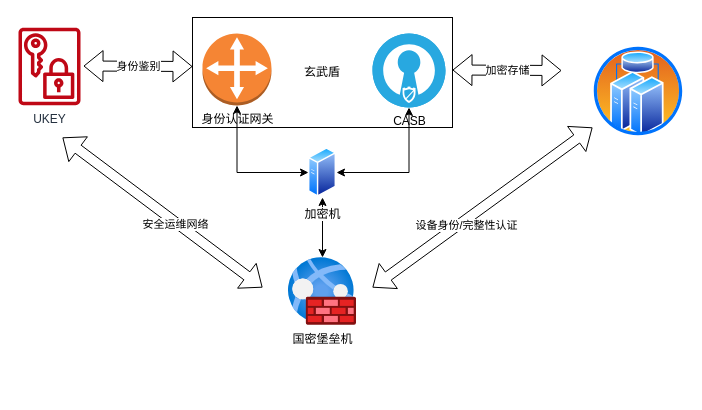
The draw.io diagram Untitled Diagram.drawio in louyu65/HelibRelease.lib, before the edit. Source tidied: cells renumbered, new cells numbered last; positions are measured from the earlier drawing's top-left corner, leaving out a move shared by most shapes. Both pictures are drawn from the tidied source at 100%, with x=0, y=0 at pixel (18, 17).
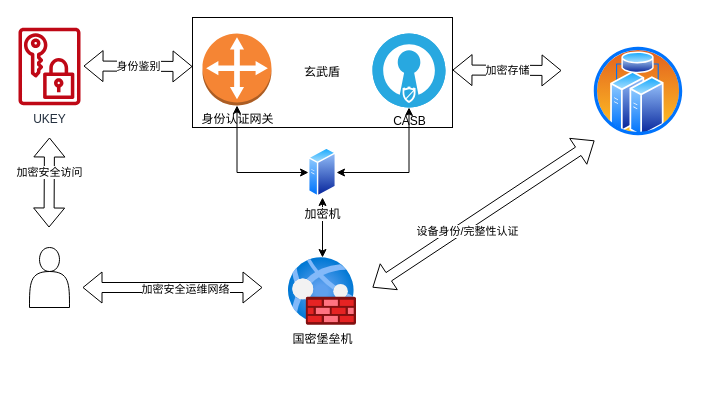
The same page after the edit.

Unchanged cells that the change refers to:
```xml
<mxCell id="4" style="perimeter=ellipsePerimeter;html=1;align=center;shadow=0;dashed=0;spacingTop=3;image;image=img/lib/active_directory/cluster_server.svg;" parent="1" vertex="1">
  <mxGeometry x="574" y="28" width="92" height="92" as="geometry" />
</mxCell>
```

What changed in the source:
```diff
@@
-    <mxCell id="12" style="shape=flexArrow;endArrow=classic;startArrow=classic;html=1;rounded=0;" parent="1" edge="1">
+    <mxCell id="12" style="shape=flexArrow;endArrow=classic;startArrow=classic;html=1;rounded=0;entryX=0.022;entryY=1.033;entryDx=0;entryDy=0;entryPerimeter=0;" parent="1" edge="1" target="4">
       <mxGeometry relative="1" as="geometry">
         <mxPoint x="354" y="270" as="sourcePoint" />
-        <mxPoint x="574" y="110" as="targetPoint" />
       </mxGeometry>
     </mxCell>
@@
     <mxCell id="14" style="shape=flexArrow;endArrow=classic;startArrow=classic;html=1;rounded=0;" parent="1" edge="1">
       <mxGeometry relative="1" as="geometry">
-        <mxPoint x="44" y="120" as="sourcePoint" />
+        <mxPoint x="64" y="270" as="sourcePoint" />
         <mxPoint x="244" y="270" as="targetPoint" />
       </mxGeometry>
     </mxCell>
-    <mxCell id="15" value="安全运维网络" style="edgeLabel;html=1;align=center;verticalAlign=middle;" parent="14" vertex="1">
+    <mxCell id="15" value="加密安全运维网络" style="edgeLabel;html=1;align=center;verticalAlign=middle;" parent="14" vertex="1">
       <mxGeometry x="0.14" y="-1" relative="1" as="geometry">
         <mxPoint x="-1" as="offset" />
       </mxGeometry>
     </mxCell>
@@
+    <mxCell id="19" value="&lt;div style=&quot;text-align: left&quot;&gt;&lt;br&gt;&lt;/div&gt;" style="text;html=1;align=center;verticalAlign=middle;fillColor=none;strokeColor=none;rounded=0;" parent="1" vertex="1">
+      <mxGeometry x="274" y="355" width="20" height="20" as="geometry" />
+    </mxCell>
+    <mxCell id="20" style="shape=actor;whiteSpace=wrap;html=1;" parent="1" vertex="1">
+      <mxGeometry x="11" y="230" width="40" height="60" as="geometry" />
+    </mxCell>
+    <mxCell id="21" style="shape=flexArrow;endArrow=classic;startArrow=classic;html=1;rounded=0;" parent="1" edge="1">
+      <mxGeometry relative="1" as="geometry">
+        <mxPoint x="30.5" y="210" as="sourcePoint" />
+        <mxPoint x="31" y="120" as="targetPoint" />
+      </mxGeometry>
+    </mxCell>
+    <mxCell id="22" value="加密安全访问" style="edgeLabel;html=1;align=center;verticalAlign=middle;" parent="21" vertex="1">
+      <mxGeometry x="0.24" relative="1" as="geometry" />
+    </mxCell>
```
